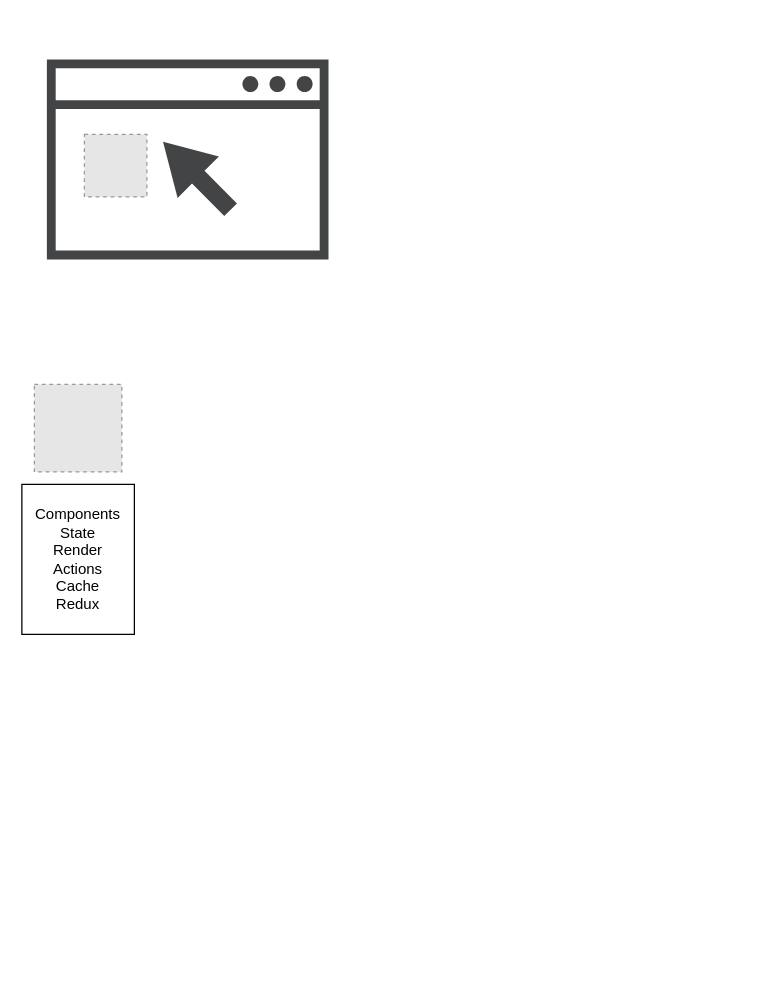
This is aiden.drawio from VarunWal/dna_aiden, a draw.io file, before an edit. Source tidied: cells renumbered, new cells numbered last; positions are measured from the earlier drawing's top-left corner, leaving out a move shared by most shapes. Both pictures are drawn from the tidied source at 125%, with x=0, y=0 at pixel (21, 59). Pictures stored in the file or linked from it are replaced by grey dashed boxes.
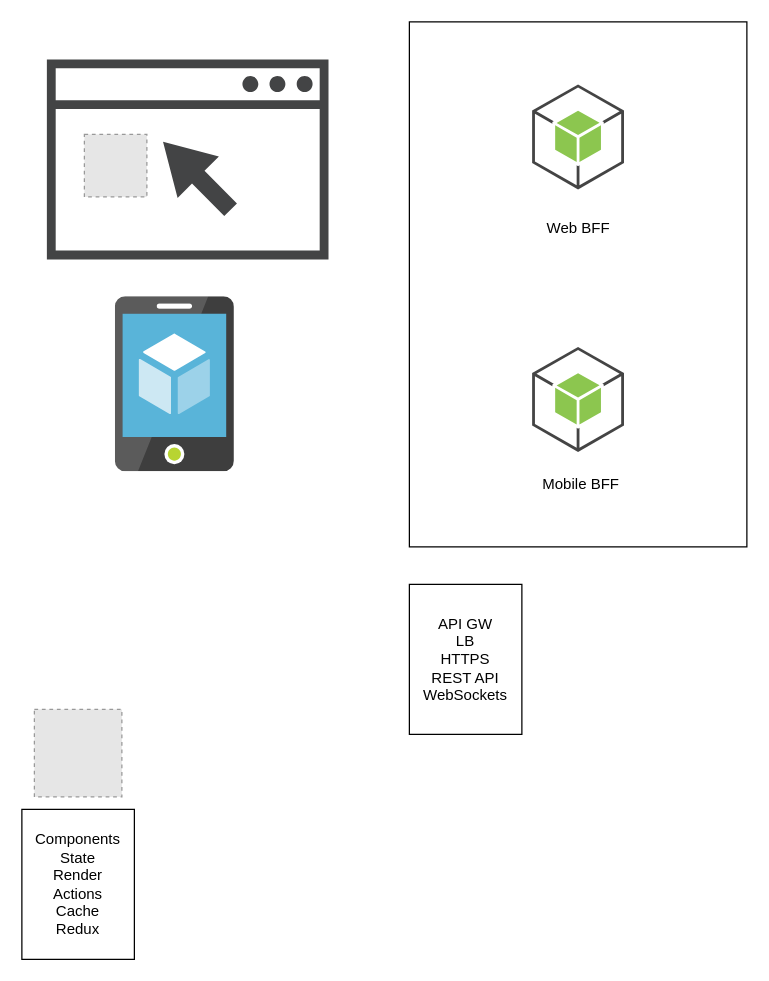
The same page after the edit.

What changed in the source:
```diff
@@
 <mxGraphModel>
   <root>
     <mxCell id="0" />
     <mxCell id="1" parent="0" />
     <mxCell id="2" value="Components&lt;div&gt;State&lt;/div&gt;&lt;div&gt;Render&lt;/div&gt;&lt;div&gt;Actions&lt;/div&gt;&lt;div&gt;Cache&lt;/div&gt;&lt;div&gt;Redux&lt;/div&gt;" style="rounded=0;whiteSpace=wrap;html=1;" parent="1" vertex="1">
-      <mxGeometry y="340" width="90" height="120" as="geometry" />
+      <mxGeometry y="600" width="90" height="120" as="geometry" />
     </mxCell>
     <mxCell id="3" style="fillColor=#E6E6E6;strokeColor=#999999;dashed=1;html=1;verticalAlign=top;verticalLabelPosition=bottom;labelBackgroundColor=#ffffff;" parent="1" vertex="1">
-      <mxGeometry x="10" y="260" width="70" height="70" as="geometry" />
+      <mxGeometry x="10" y="520" width="70" height="70" as="geometry" />
     </mxCell>
     <mxCell id="4" style="sketch=0;shadow=0;dashed=0;html=1;strokeColor=none;fillColor=#434445;labelPosition=center;verticalLabelPosition=bottom;verticalAlign=top;align=center;shape=mxgraph.vvd.web_browser;" parent="1" vertex="1">
       <mxGeometry x="20" width="225.3" height="160" as="geometry" />
     </mxCell>
     <mxCell id="5" style="fillColor=#E6E6E6;strokeColor=#999999;dashed=1;verticalLabelPosition=bottom;labelBackgroundColor=default;verticalAlign=top;" parent="1" vertex="1">
       <mxGeometry x="50" y="60" width="50" height="50" as="geometry" />
     </mxCell>
+    <mxCell id="6" style="image;sketch=0;html=1;align=center;fontSize=12;image=img/lib/mscae/App_Service_Mobile_App.svg;" parent="1" vertex="1">
+      <mxGeometry x="74.9" y="190" width="95.2" height="140" as="geometry" />
+    </mxCell>
+    <mxCell id="7" style="rounded=0;whiteSpace=wrap;html=1;" parent="1" vertex="1">
+      <mxGeometry x="310" y="-30" width="270" height="420" as="geometry" />
+    </mxCell>
+    <mxCell id="8" style="dashed=0;verticalLabelPosition=bottom;verticalAlign=top;align=center;html=1;shape=mxgraph.aws3.android;fillColor=#8CC64F;gradientColor=none;" parent="1" vertex="1">
+      <mxGeometry x="408.2" y="20" width="73.5" height="84" as="geometry" />
+    </mxCell>
+    <mxCell id="9" style="dashed=0;verticalLabelPosition=bottom;verticalAlign=top;align=center;html=1;shape=mxgraph.aws3.android;fillColor=#8CC64F;gradientColor=none;" parent="1" vertex="1">
+      <mxGeometry x="408.2" y="230" width="73.5" height="84" as="geometry" />
+    </mxCell>
+    <mxCell id="10" value="Web BFF" style="text;html=1;align=center;verticalAlign=middle;strokeColor=none;fillColor=none;" parent="1" vertex="1">
+      <mxGeometry x="410" y="120" width="70" height="30" as="geometry" />
+    </mxCell>
+    <mxCell id="11" value="Mobile BFF" style="text;html=1;align=center;verticalAlign=middle;strokeColor=none;fillColor=none;" parent="1" vertex="1">
+      <mxGeometry x="407" y="325" width="80" height="30" as="geometry" />
+    </mxCell>
+    <mxCell id="12" value="API GW&lt;div&gt;LB&lt;/div&gt;&lt;div&gt;HTTPS&lt;/div&gt;&lt;div&gt;REST API&lt;/div&gt;&lt;div&gt;WebSockets&lt;/div&gt;" style="rounded=0;whiteSpace=wrap;html=1;" parent="1" vertex="1">
+      <mxGeometry x="310" y="420" width="90" height="120" as="geometry" />
+    </mxCell>
   </root>
 </mxGraphModel>
```
